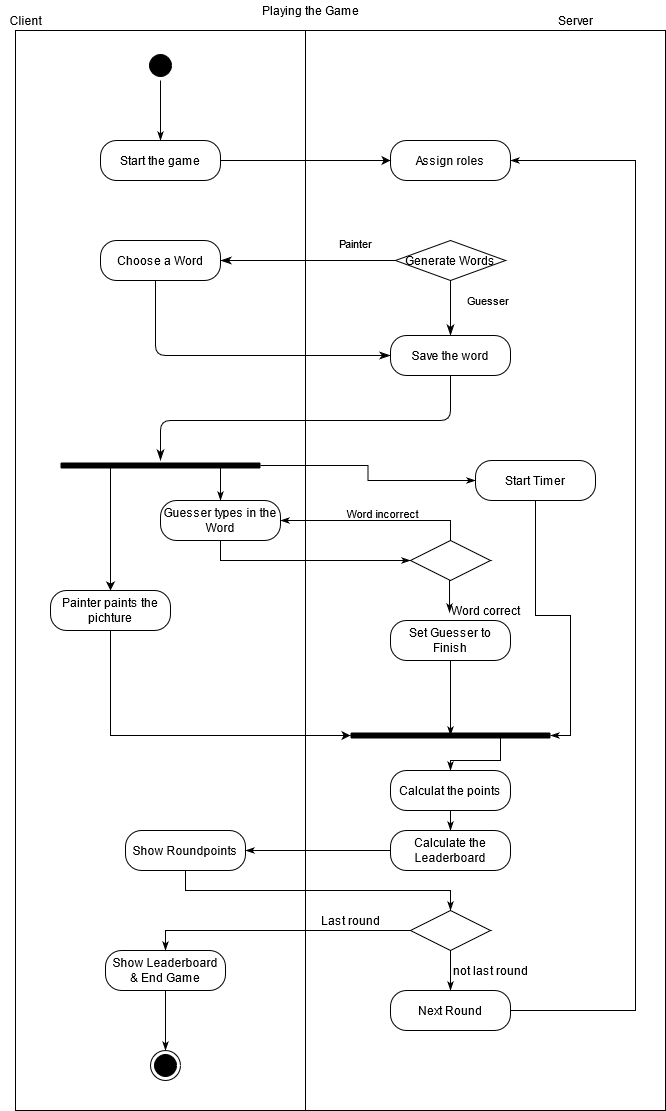
The draw.io diagram Game_Activitydiagramm.png in sopra-fs21-group-15/diagrams, before a commit. Source tidied: cells renumbered, new cells last; positions are measured from the earlier drawing's top-left corner, leaving out a move shared by most shapes.
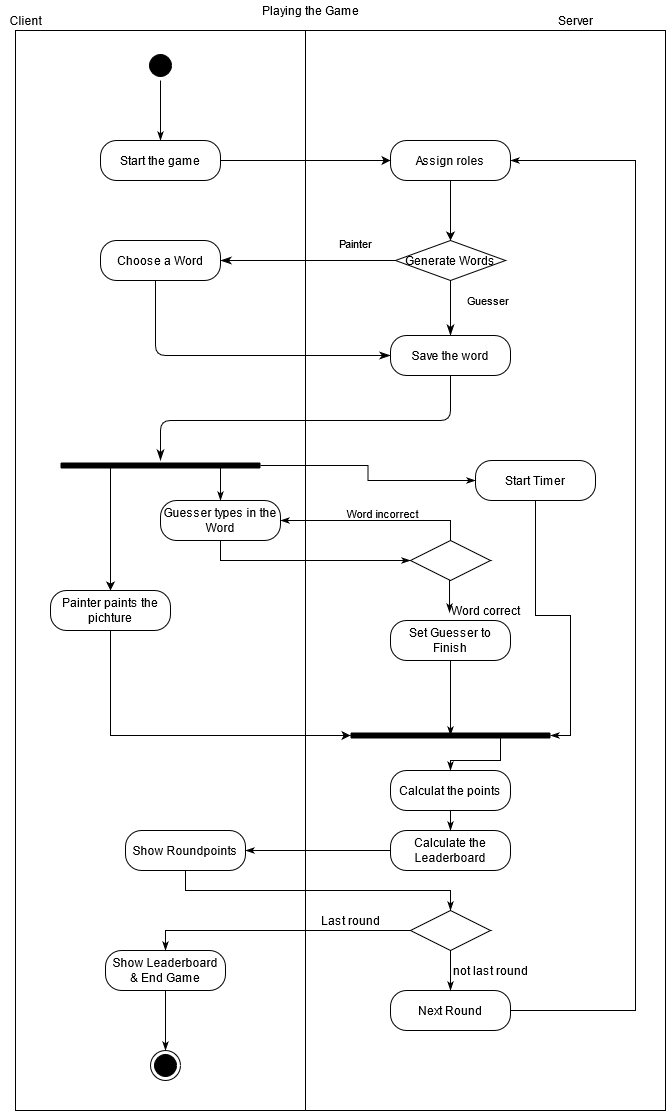
The same diagram one commit later.

Diff of the diagram source:
```diff
@@ -28,6 +28,9 @@
     <mxCell id="9" value="Start the game" style="rounded=1;whiteSpace=wrap;html=1;arcSize=40;" parent="2" vertex="1">
       <mxGeometry x="100" y="140" width="120" height="40" as="geometry" />
     </mxCell>
+    <mxCell id="55" style="edgeStyle=orthogonalEdgeStyle;rounded=0;jettySize=auto;html=1;exitX=0.5;exitY=1;exitDx=0;exitDy=0;entryX=0.5;entryY=0;entryDx=0;entryDy=0;" parent="2" edge="1" source="10" target="16">
+      <mxGeometry relative="1" as="geometry" />
+    </mxCell>
     <mxCell id="10" value="Assign roles" style="rounded=1;whiteSpace=wrap;html=1;arcSize=40;" parent="2" vertex="1">
       <mxGeometry x="390" y="140" width="120" height="40" as="geometry" />
     </mxCell>
```
